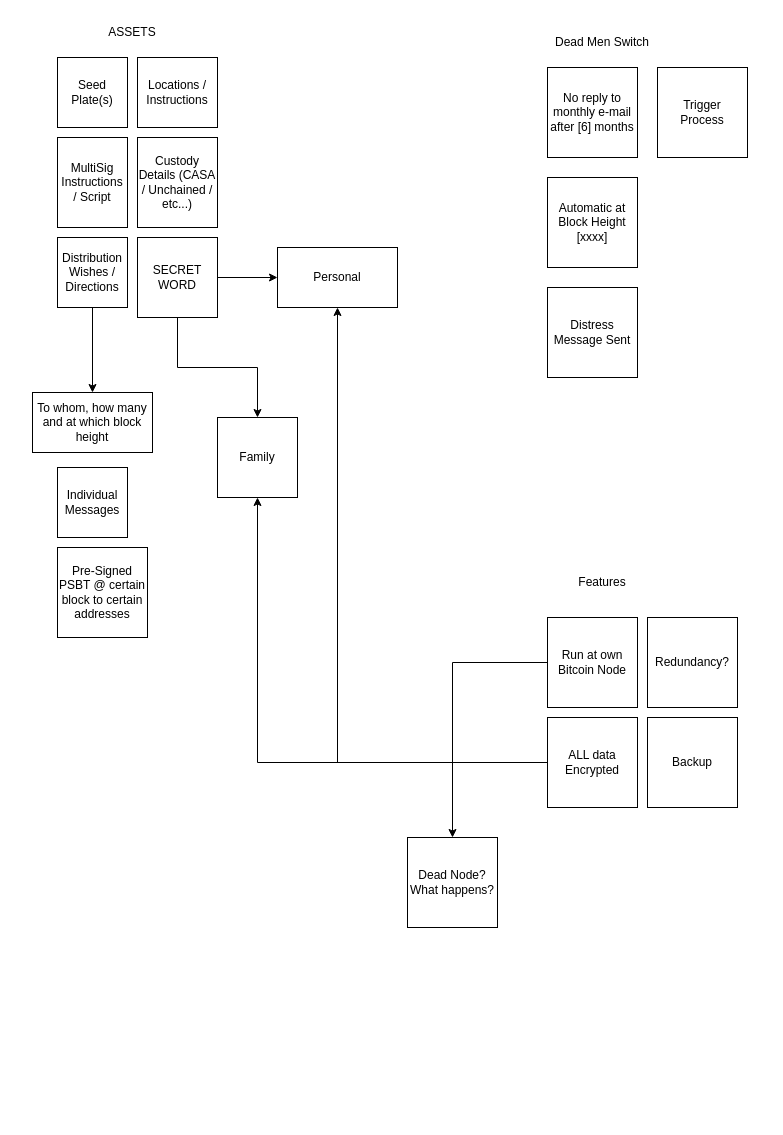
The draw.io diagram deadman_overview.drawio in pxsocs/dead_men_tell_no_tales, before the edit. Source tidied: cells renumbered, new cells numbered last; positions are measured from the earlier drawing's top-left corner, leaving out a move shared by most shapes. Both pictures are drawn from the tidied source at 100%, with x=0, y=0 at pixel (32, 17).
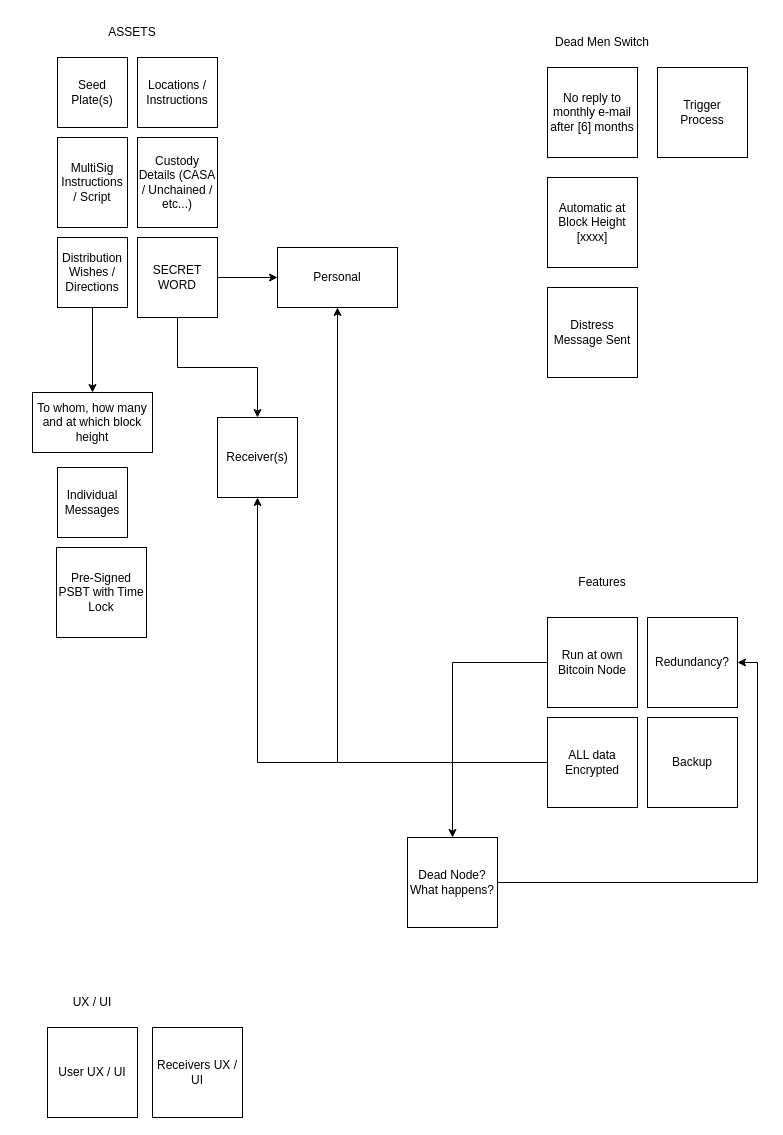
The same page after the edit.

The change refers to these unchanged cells:
```xml
<mxCell id="23" value="Redundancy?" style="whiteSpace=wrap;html=1;" parent="1" vertex="1">
  <mxGeometry x="615" y="600" width="90" height="90" as="geometry" />
</mxCell>
<mxCell id="29" value="Dead Node?&lt;br&gt;What happens?" style="whiteSpace=wrap;html=1;" parent="1" vertex="1">
  <mxGeometry x="375" y="820" width="90" height="90" as="geometry" />
</mxCell>
```

Change to the diagram source:
```diff
@@
-    <mxCell id="14" value="Family" style="whiteSpace=wrap;html=1;" parent="1" vertex="1">
+    <mxCell id="14" value="Receiver(s)" style="whiteSpace=wrap;html=1;" parent="1" vertex="1">
       <mxGeometry x="185" y="400" width="80" height="80" as="geometry" />
     </mxCell>
@@
+    <mxCell id="31" style="edgeStyle=orthogonalEdgeStyle;rounded=0;jettySize=auto;html=1;entryX=1;entryY=0.5;entryDx=0;entryDy=0;strokeColor=default;" parent="1" edge="1" source="29" target="23">
+      <mxGeometry relative="1" as="geometry" />
+    </mxCell>
@@
-    <mxCell id="30" value="Pre-Signed PSBT @ certain block to certain addresses" style="whiteSpace=wrap;html=1;" parent="1" vertex="1">
-      <mxGeometry x="25" y="530" width="90" height="90" as="geometry" />
+    <mxCell id="30" value="Pre-Signed PSBT with Time Lock" style="whiteSpace=wrap;html=1;" parent="1" vertex="1">
+      <mxGeometry x="24" y="530" width="90" height="90" as="geometry" />
     </mxCell>
+    <mxCell id="32" value="UX / UI" style="text;html=1;strokeColor=none;fillColor=none;align=center;verticalAlign=middle;whiteSpace=wrap;rounded=0;" parent="1" vertex="1">
+      <mxGeometry x="-15" y="970" width="150" height="30" as="geometry" />
+    </mxCell>
+    <mxCell id="33" value="User UX / UI" style="whiteSpace=wrap;html=1;" parent="1" vertex="1">
+      <mxGeometry x="15" y="1010" width="90" height="90" as="geometry" />
+    </mxCell>
+    <mxCell id="34" value="Receivers UX / UI" style="whiteSpace=wrap;html=1;" parent="1" vertex="1">
+      <mxGeometry x="120" y="1010" width="90" height="90" as="geometry" />
+    </mxCell>
```
